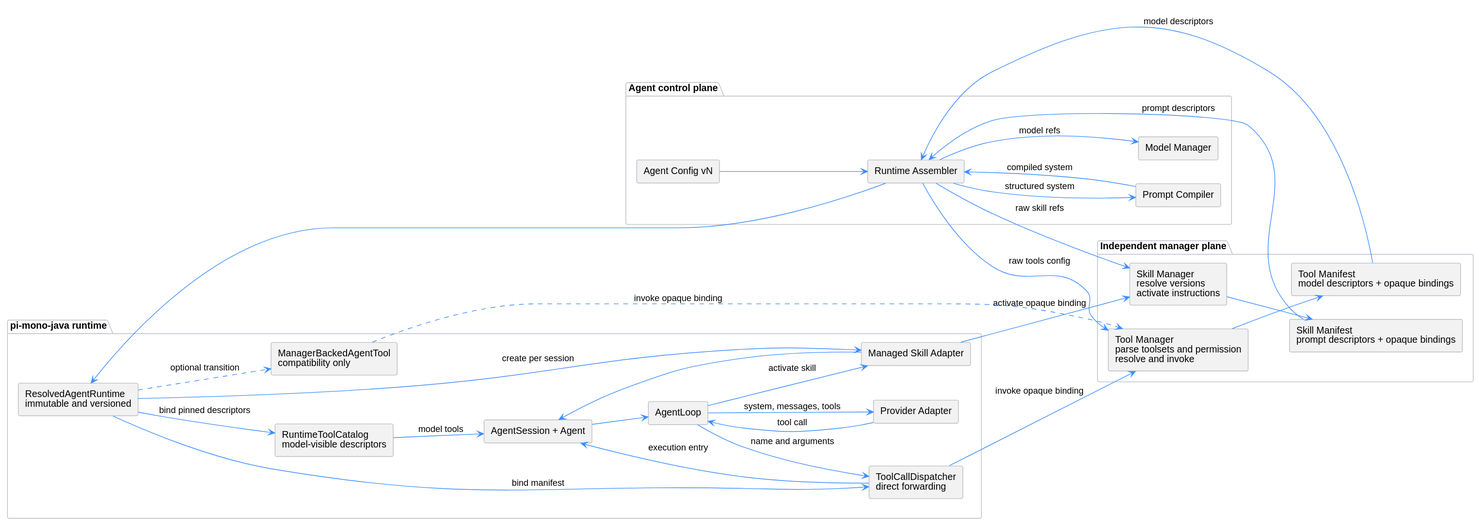
Before: managed-agent-session/external_tool_manager_architecture.svg, a diagram exported from PlantUML (superheromeZzh/pi-mono-java-design).
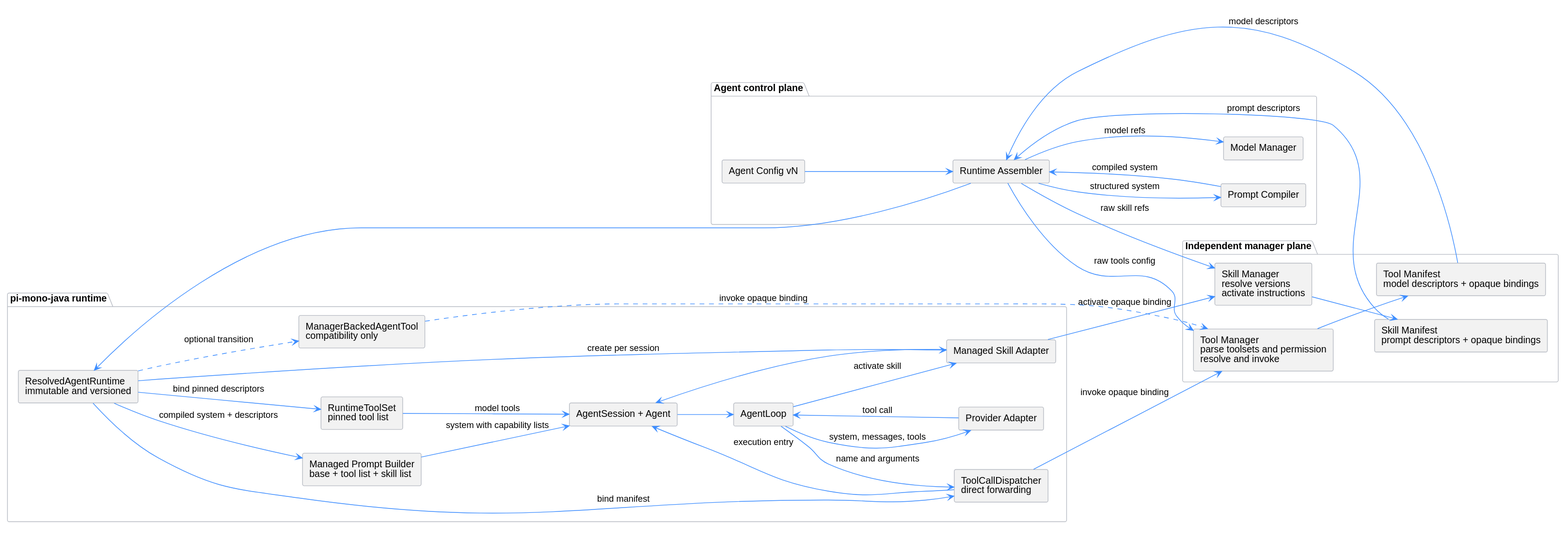
Later version of the same file.

Commit message:
docs: align managed tool and skill lists

The edit, as a diff of the source:
```diff
@@ -26,9 +26,10 @@
 
 package "pi-mono-java runtime" {
   rectangle "ResolvedAgentRuntime\nimmutable and versioned" as Runtime
-  rectangle "RuntimeToolCatalog\nmodel-visible descriptors" as ToolCatalog
+  rectangle "RuntimeToolSet\npinned tool list" as ToolSet
   rectangle "ToolCallDispatcher\ndirect forwarding" as Dispatcher
   rectangle "Managed Skill Adapter" as SkillAdapter
+  rectangle "Managed Prompt Builder\nbase + tool list + skill list" as ManagedPrompt
   rectangle "AgentSession + Agent" as Session
   rectangle "AgentLoop" as Loop
   rectangle "Provider Adapter" as ProviderAdapter
@@ -46,10 +47,12 @@
 SkillManifest --> Assembler: prompt descriptors
 Prompt --> Assembler: compiled system
 Assembler --> Runtime
-Runtime --> ToolCatalog: bind pinned descriptors
+Runtime --> ToolSet: bind pinned descriptors
 Runtime --> Dispatcher: bind manifest
 Runtime --> SkillAdapter: create per session
-ToolCatalog --> Session: model tools
+Runtime --> ManagedPrompt: compiled system + descriptors
+ManagedPrompt --> Session: system with capability lists
+ToolSet --> Session: model tools
 Dispatcher --> Session: execution entry
 SkillAdapter --> Session
 Session --> Loop
```
